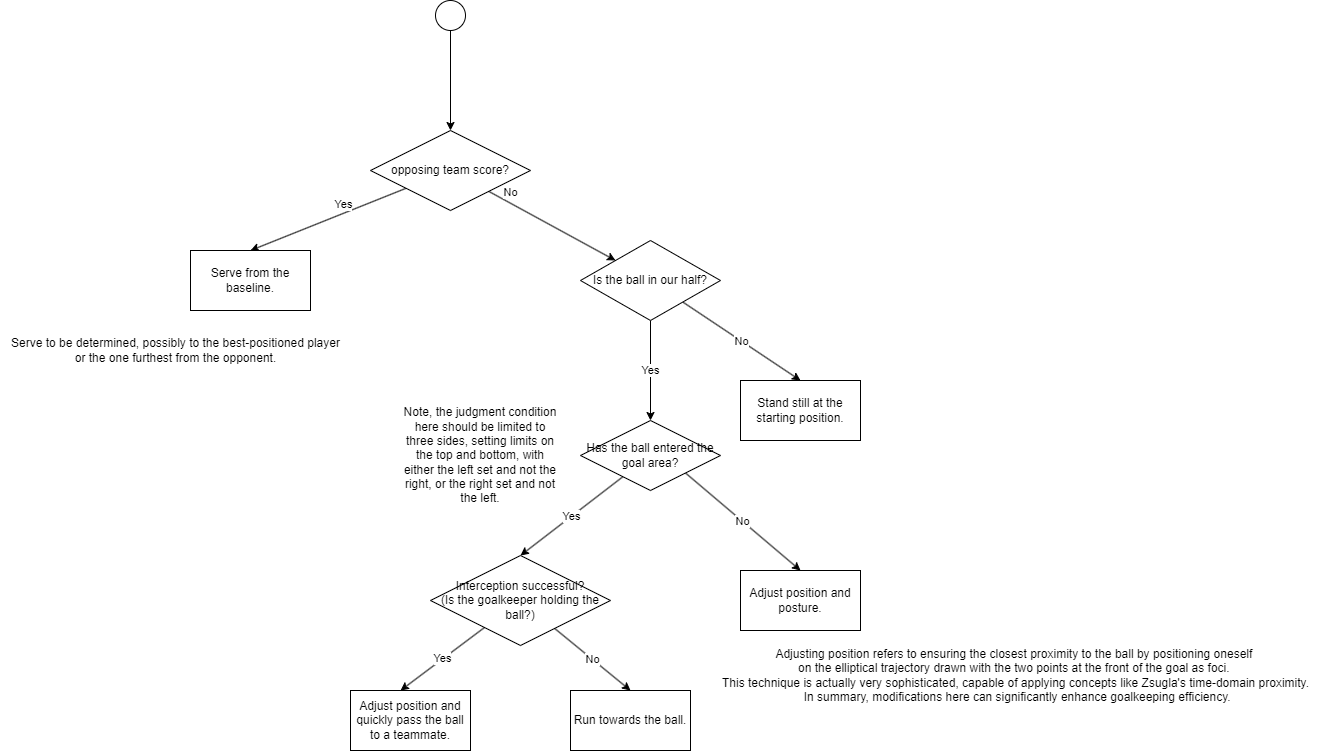
Before: behavioral logic blueprint/goalkeeper_eng.png, a diagram exported from draw.io (LuMingJun62511/TDP). Source tidied: cells renumbered, new cells last; positions are measured from the earlier drawing's top-left corner, leaving out a move shared by most shapes.
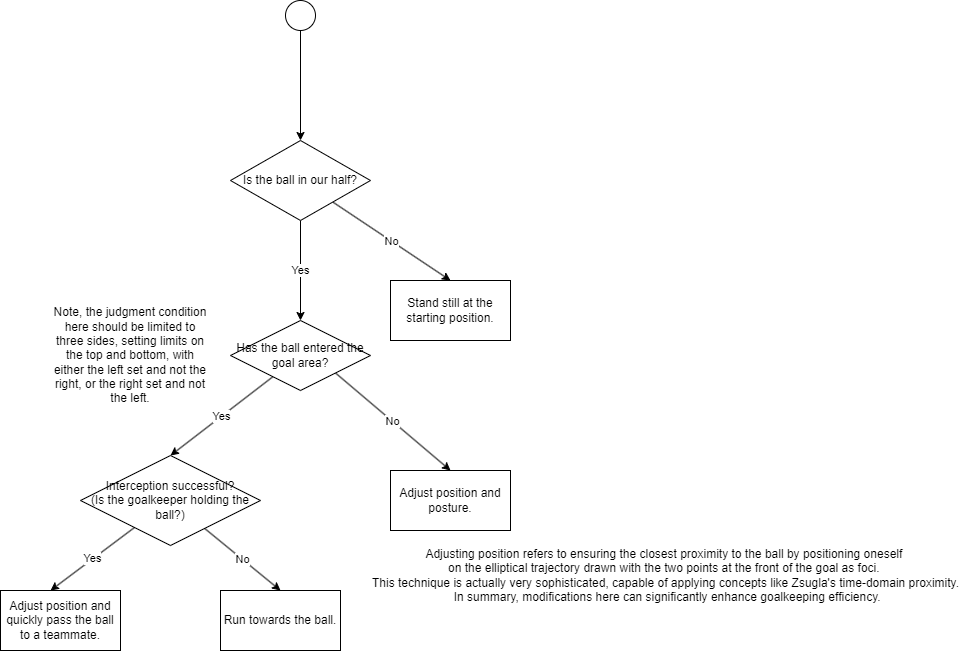
The same file after the commit.

Commit message:
refactor the goalkeeper logic

Change to the diagram source:
```diff
@@ -2,36 +2,11 @@
   <root>
     <mxCell id="0" />
     <mxCell id="1" parent="0" />
-    <mxCell id="2" style="edgeStyle=none;html=1;entryX=0.5;entryY=0;entryDx=0;entryDy=0;" parent="1" edge="1" source="6" target="7">
-      <mxGeometry relative="1" as="geometry" />
-    </mxCell>
-    <mxCell id="3" value="Yes" style="edgeLabel;html=1;align=center;verticalAlign=middle;" parent="2" vertex="1">
-      <mxGeometry x="-0.19" relative="1" as="geometry">
-        <mxPoint y="-10" as="offset" />
-      </mxGeometry>
-    </mxCell>
-    <mxCell id="4" style="edgeStyle=none;html=1;entryX=0;entryY=0;entryDx=0;entryDy=0;" parent="1" edge="1" source="6" target="13">
-      <mxGeometry relative="1" as="geometry" />
-    </mxCell>
-    <mxCell id="5" value="No" style="edgeLabel;html=1;align=center;verticalAlign=middle;" parent="4" vertex="1">
-      <mxGeometry x="-0.68" relative="1" as="geometry">
-        <mxPoint x="1" y="-10" as="offset" />
-      </mxGeometry>
-    </mxCell>
-    <mxCell id="6" value="opposing team score?" style="rhombus;whiteSpace=wrap;html=1;" parent="1" vertex="1">
-      <mxGeometry x="370" y="130" width="160" height="80" as="geometry" />
-    </mxCell>
-    <mxCell id="7" value="Serve from the baseline." style="rounded=0;whiteSpace=wrap;html=1;" parent="1" vertex="1">
-      <mxGeometry x="190" y="250" width="120" height="60" as="geometry" />
-    </mxCell>
-    <mxCell id="8" value="Serve to be determined, possibly to the best-positioned player &lt;br&gt;or the one furthest from the opponent." style="text;html=1;align=center;verticalAlign=middle;strokeColor=none;fillColor=none;" parent="1" vertex="1">
-      <mxGeometry y="330" width="350" height="40" as="geometry" />
-    </mxCell>
-    <mxCell id="9" style="edgeStyle=none;html=1;" parent="1" edge="1" source="10" target="6">
+    <mxCell id="9" style="edgeStyle=none;html=1;entryX=0.5;entryY=0;entryDx=0;entryDy=0;" parent="1" edge="1" source="10" target="13">
       <mxGeometry relative="1" as="geometry" />
     </mxCell>
     <mxCell id="10" style="ellipse;whiteSpace=wrap;html=1;" parent="1" vertex="1">
-      <mxGeometry x="435" width="30" height="30" as="geometry" />
+      <mxGeometry x="635" y="100" width="30" height="30" as="geometry" />
     </mxCell>
     <mxCell id="11" value="Yes" style="edgeStyle=none;html=1;entryX=0.5;entryY=0;entryDx=0;entryDy=0;" parent="1" edge="1" source="13" target="19">
       <mxGeometry relative="1" as="geometry" />
```
